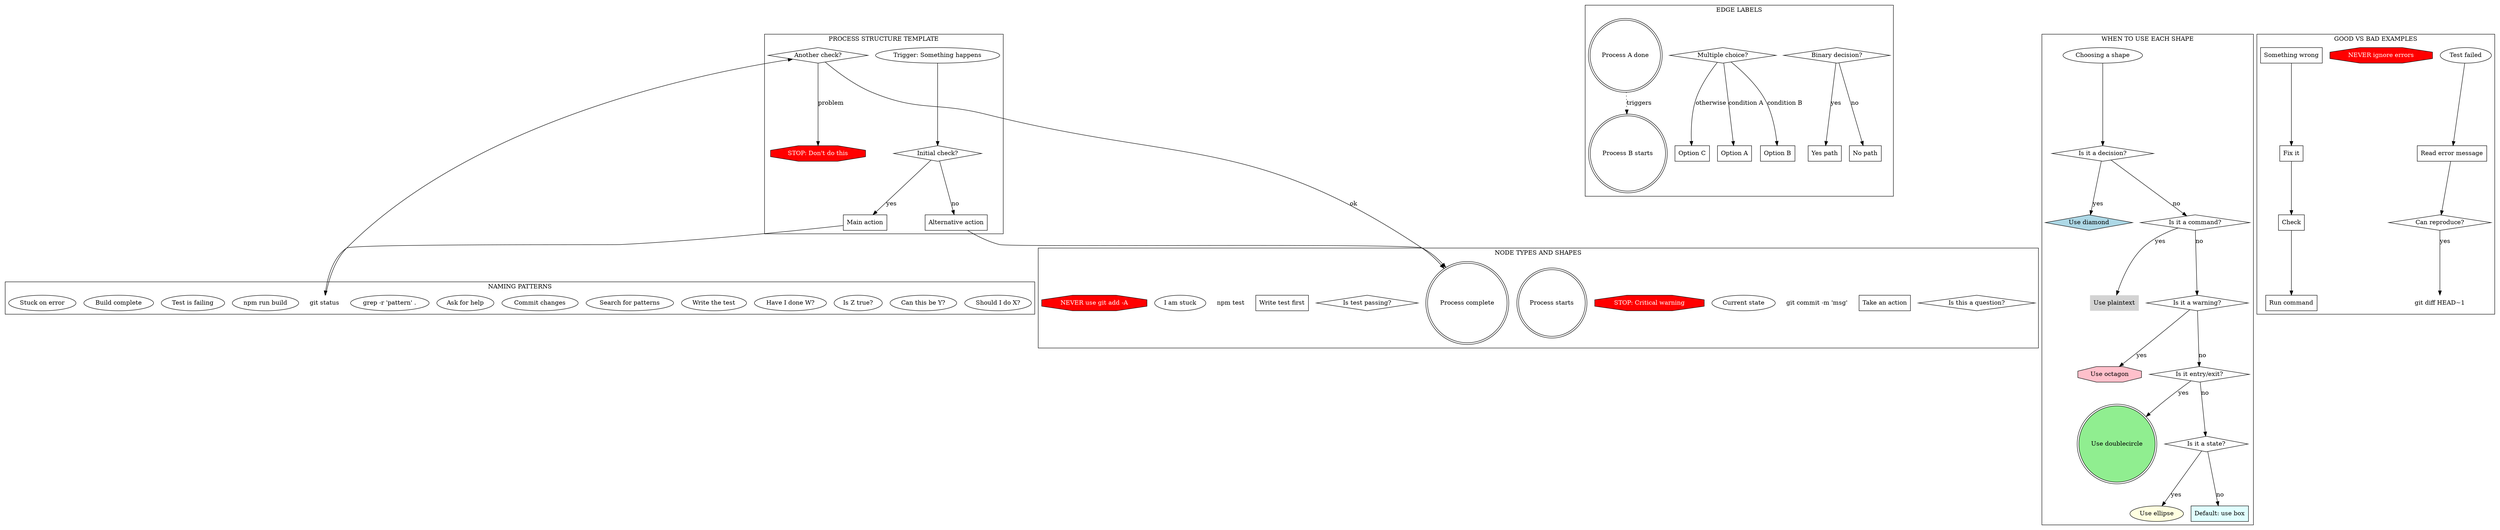
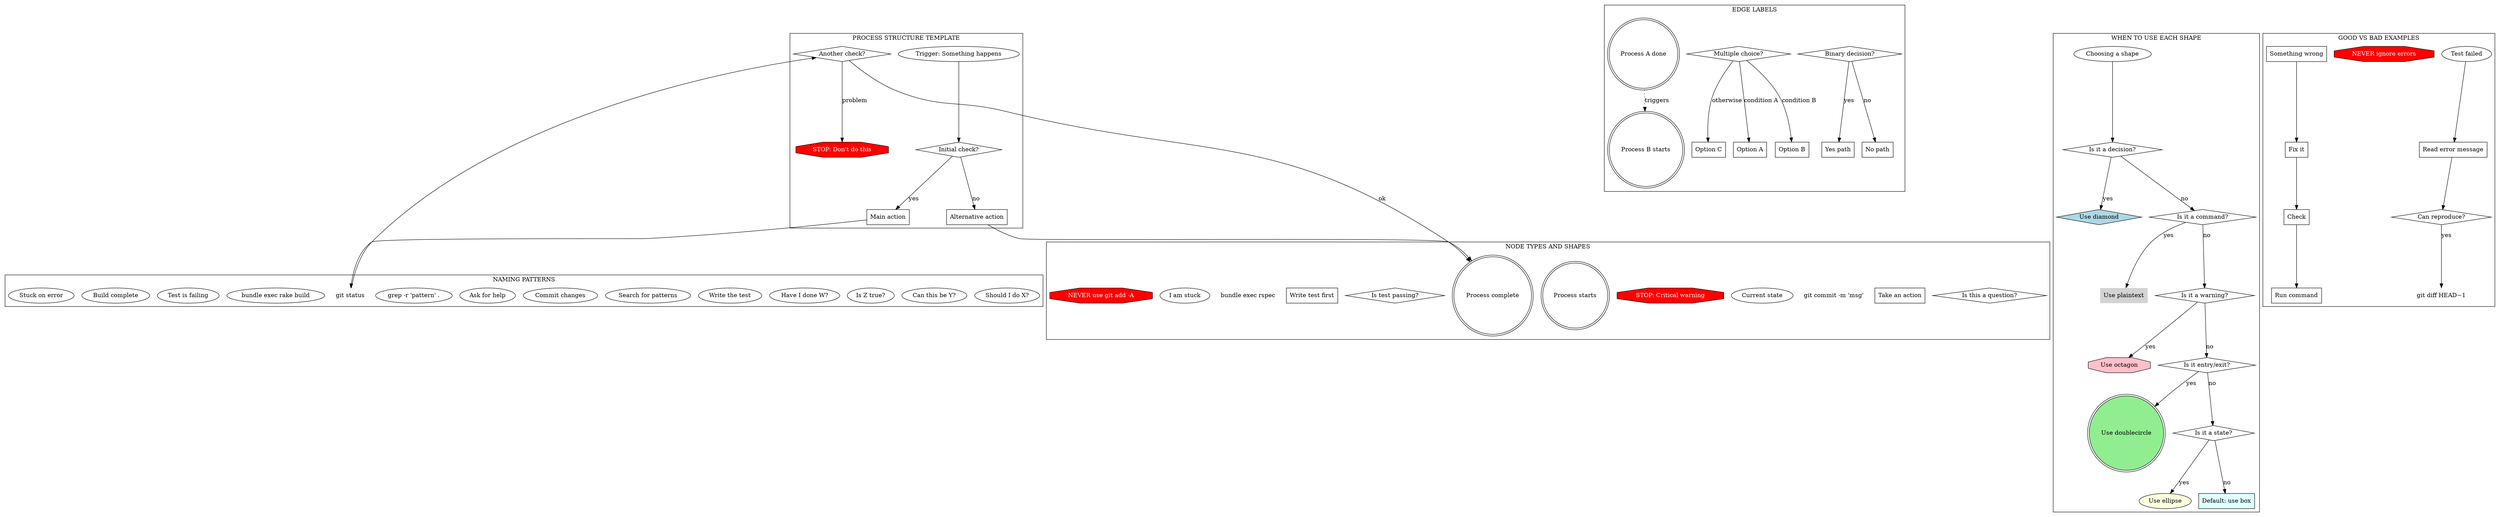
digraph STYLE_GUIDE {
    // The style guide for our process DSL, written in the DSL itself

    // Node type examples with their shapes
    subgraph cluster_node_types {
        label="NODE TYPES AND SHAPES";

        // Questions are diamonds
        "Is this a question?" [shape=diamond];

        // Actions are boxes (default)
        "Take an action" [shape=box];

        // Commands are plaintext
        "git commit -m 'msg'" [shape=plaintext];

        // States are ellipses
        "Current state" [shape=ellipse];

        // Warnings are octagons
        "STOP: Critical warning" [shape=octagon, style=filled, fillcolor=red, fontcolor=white];

        // Entry/exit are double circles
        "Process starts" [shape=doublecircle];
        "Process complete" [shape=doublecircle];

        // Examples of each
        "Is test passing?" [shape=diamond];
        "Write test first" [shape=box];
-         "npm test" [shape=plaintext];
+         "bundle exec rspec" [shape=plaintext];
        "I am stuck" [shape=ellipse];
        "NEVER use git add -A" [shape=octagon, style=filled, fillcolor=red, fontcolor=white];
    }

    // Edge naming conventions
    subgraph cluster_edge_types {
        label="EDGE LABELS";

        "Binary decision?" [shape=diamond];
        "Yes path" [shape=box];
        "No path" [shape=box];

        "Binary decision?" -> "Yes path" [label="yes"];
        "Binary decision?" -> "No path" [label="no"];

        "Multiple choice?" [shape=diamond];
        "Option A" [shape=box];
        "Option B" [shape=box];
        "Option C" [shape=box];

        "Multiple choice?" -> "Option A" [label="condition A"];
        "Multiple choice?" -> "Option B" [label="condition B"];
        "Multiple choice?" -> "Option C" [label="otherwise"];

        "Process A done" [shape=doublecircle];
        "Process B starts" [shape=doublecircle];

        "Process A done" -> "Process B starts" [label="triggers", style=dotted];
    }

    // Naming patterns
    subgraph cluster_naming_patterns {
        label="NAMING PATTERNS";

        // Questions end with ?
        "Should I do X?";
        "Can this be Y?";
        "Is Z true?";
        "Have I done W?";

        // Actions start with verb
        "Write the test";
        "Search for patterns";
        "Commit changes";
        "Ask for help";

        // Commands are literal
        "grep -r 'pattern' .";
        "git status";
-         "npm run build";
+         "bundle exec rake build";

        // States describe situation
        "Test is failing";
        "Build complete";
        "Stuck on error";
    }

    // Process structure template
    subgraph cluster_structure {
        label="PROCESS STRUCTURE TEMPLATE";

        "Trigger: Something happens" [shape=ellipse];
        "Initial check?" [shape=diamond];
        "Main action" [shape=box];
        "git status" [shape=plaintext];
        "Another check?" [shape=diamond];
        "Alternative action" [shape=box];
        "STOP: Don't do this" [shape=octagon, style=filled, fillcolor=red, fontcolor=white];
        "Process complete" [shape=doublecircle];

        "Trigger: Something happens" -> "Initial check?";
        "Initial check?" -> "Main action" [label="yes"];
        "Initial check?" -> "Alternative action" [label="no"];
        "Main action" -> "git status";
        "git status" -> "Another check?";
        "Another check?" -> "Process complete" [label="ok"];
        "Another check?" -> "STOP: Don't do this" [label="problem"];
        "Alternative action" -> "Process complete";
    }

    // When to use which shape
    subgraph cluster_shape_rules {
        label="WHEN TO USE EACH SHAPE";

        "Choosing a shape" [shape=ellipse];

        "Is it a decision?" [shape=diamond];
        "Use diamond" [shape=diamond, style=filled, fillcolor=lightblue];

        "Is it a command?" [shape=diamond];
        "Use plaintext" [shape=plaintext, style=filled, fillcolor=lightgray];

        "Is it a warning?" [shape=diamond];
        "Use octagon" [shape=octagon, style=filled, fillcolor=pink];

        "Is it entry/exit?" [shape=diamond];
        "Use doublecircle" [shape=doublecircle, style=filled, fillcolor=lightgreen];

        "Is it a state?" [shape=diamond];
        "Use ellipse" [shape=ellipse, style=filled, fillcolor=lightyellow];

        "Default: use box" [shape=box, style=filled, fillcolor=lightcyan];

        "Choosing a shape" -> "Is it a decision?";
        "Is it a decision?" -> "Use diamond" [label="yes"];
        "Is it a decision?" -> "Is it a command?" [label="no"];
        "Is it a command?" -> "Use plaintext" [label="yes"];
        "Is it a command?" -> "Is it a warning?" [label="no"];
        "Is it a warning?" -> "Use octagon" [label="yes"];
        "Is it a warning?" -> "Is it entry/exit?" [label="no"];
        "Is it entry/exit?" -> "Use doublecircle" [label="yes"];
        "Is it entry/exit?" -> "Is it a state?" [label="no"];
        "Is it a state?" -> "Use ellipse" [label="yes"];
        "Is it a state?" -> "Default: use box" [label="no"];
    }

    // Good vs bad examples
    subgraph cluster_examples {
        label="GOOD VS BAD EXAMPLES";

        // Good: specific and shaped correctly
        "Test failed" [shape=ellipse];
        "Read error message" [shape=box];
        "Can reproduce?" [shape=diamond];
        "git diff HEAD~1" [shape=plaintext];
        "NEVER ignore errors" [shape=octagon, style=filled, fillcolor=red, fontcolor=white];

        "Test failed" -> "Read error message";
        "Read error message" -> "Can reproduce?";
        "Can reproduce?" -> "git diff HEAD~1" [label="yes"];

        // Bad: vague and wrong shapes
        bad_1 [label="Something wrong", shape=box];  // Should be ellipse (state)
        bad_2 [label="Fix it", shape=box];  // Too vague
        bad_3 [label="Check", shape=box];  // Should be diamond
        bad_4 [label="Run command", shape=box];  // Should be plaintext with actual command

        bad_1 -> bad_2;
        bad_2 -> bad_3;
        bad_3 -> bad_4;
    }
}